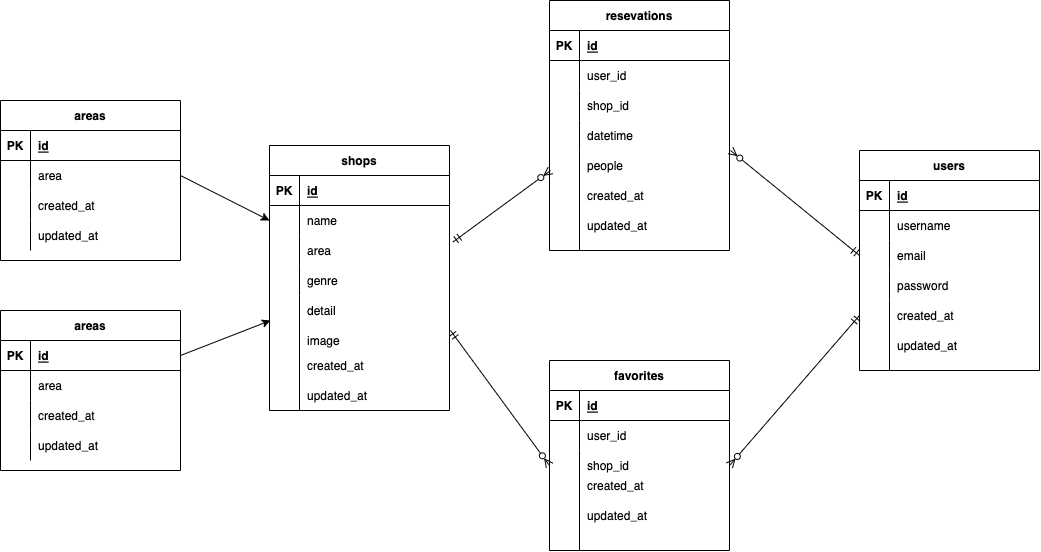
This is rese.drawio.png from horikent/rese, a draw.io export, as it was before one commit. Source tidied: cells renumbered, new cells last; positions are measured from the earlier drawing's top-left corner, leaving out a move shared by most shapes.
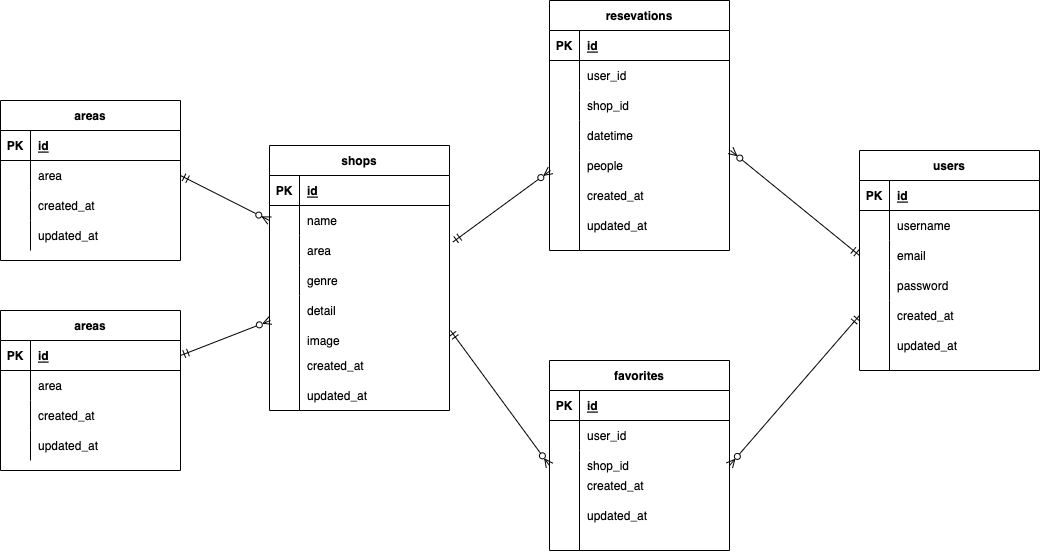
Later version of the same file.

Change to the diagram source:
```diff
@@ -266,7 +266,7 @@
     <mxCell id="83" value="updated_at" style="shape=partialRectangle;fillColor=none;top=0;left=0;bottom=0;right=0;align=left;spacingLeft=6;overflow=hidden;" parent="81" vertex="1">
       <mxGeometry x="30" width="150" height="30" as="geometry" />
     </mxCell>
-    <mxCell id="84" style="edgeStyle=none;html=1;" parent="1" edge="1" source="85">
+    <mxCell id="84" style="edgeStyle=none;html=1;startArrow=ERmandOne;startFill=0;endArrow=ERzeroToMany;endFill=0;" parent="1" edge="1" source="85">
       <mxGeometry relative="1" as="geometry">
         <mxPoint x="270" y="320" as="targetPoint" />
       </mxGeometry>
@@ -310,7 +310,7 @@
     <mxCell id="97" value="updated_at" style="shape=partialRectangle;fillColor=none;top=0;left=0;bottom=0;right=0;align=left;spacingLeft=6;overflow=hidden;" parent="95" vertex="1">
       <mxGeometry x="30" width="150" height="30" as="geometry" />
     </mxCell>
-    <mxCell id="98" style="edgeStyle=none;html=1;entryX=0;entryY=0.5;entryDx=0;entryDy=0;exitX=1;exitY=0.5;exitDx=0;exitDy=0;" parent="1" edge="1" source="75" target="6">
+    <mxCell id="98" style="edgeStyle=none;html=1;entryX=0;entryY=0.5;entryDx=0;entryDy=0;exitX=1;exitY=0.5;exitDx=0;exitDy=0;startArrow=ERmandOne;startFill=0;endArrow=ERzeroToMany;endFill=0;" parent="1" edge="1" source="75" target="6">
       <mxGeometry relative="1" as="geometry" />
     </mxCell>
   </root>
```
